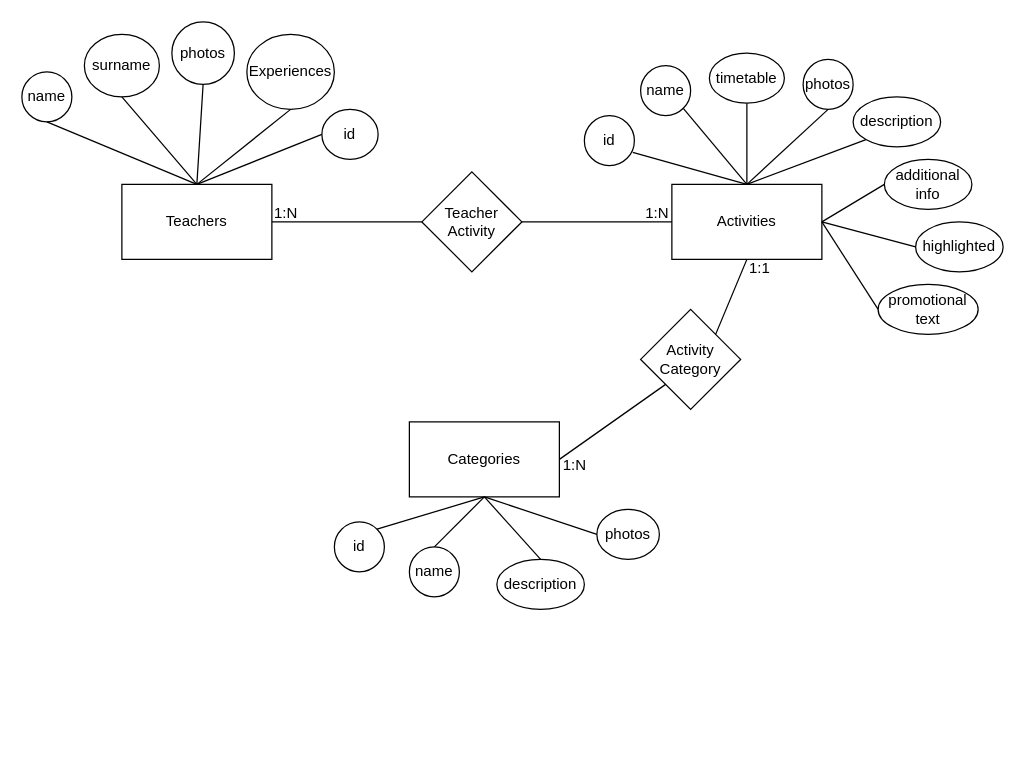
NakatoTeshika/Hypermedia-ERD keeps this draw.io diagram as YogaHouse_ERD.drawio. Above is the earlier version. Source tidied: cells renumbered, new cells numbered last; positions are measured from the earlier drawing's top-left corner, leaving out a move shared by most shapes. Both pictures are drawn from the tidied source at 125%, with x=0, y=0 at pixel (21, 21).
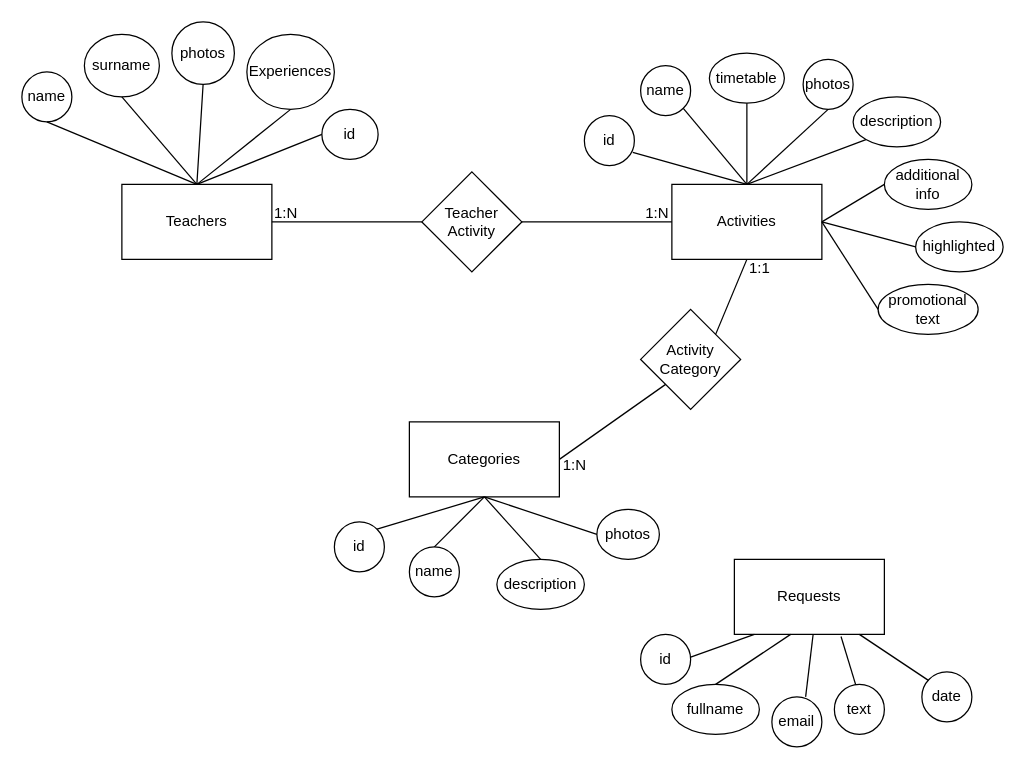
Above is the later version.

The edit, as a diff of the source:
```diff
@@
+    <mxCell id="49" value="Requests" style="rounded=0;whiteSpace=wrap;html=1;" parent="1" vertex="1">
+      <mxGeometry x="570" y="430" width="120" height="60" as="geometry" />
+    </mxCell>
+    <mxCell id="50" style="endArrow=none;html=1;rounded=0;entryX=0.5;entryY=1;entryDx=0;entryDy=0;" parent="1" edge="1">
+      <mxGeometry relative="1" as="geometry">
+        <mxPoint x="530" y="510" as="sourcePoint" />
+        <mxPoint x="586" y="490" as="targetPoint" />
+      </mxGeometry>
+    </mxCell>
+    <mxCell id="51" style="endArrow=none;html=1;rounded=0;entryX=0.5;entryY=1;entryDx=0;entryDy=0;" parent="1" edge="1">
+      <mxGeometry relative="1" as="geometry">
+        <mxPoint x="730" y="530" as="sourcePoint" />
+        <mxPoint x="670" y="490" as="targetPoint" />
+      </mxGeometry>
+    </mxCell>
+    <mxCell id="52" style="endArrow=none;html=1;rounded=0;entryX=0.5;entryY=1;entryDx=0;entryDy=0;exitX=0.5;exitY=0;exitDx=0;exitDy=0;" parent="1" edge="1" source="56">
+      <mxGeometry relative="1" as="geometry">
+        <mxPoint x="615" y="490" as="targetPoint" />
+      </mxGeometry>
+    </mxCell>
+    <mxCell id="53" style="endArrow=none;html=1;rounded=0;entryX=0.5;entryY=1;entryDx=0;entryDy=0;" parent="1" edge="1">
+      <mxGeometry relative="1" as="geometry">
+        <mxPoint x="627" y="540" as="sourcePoint" />
+        <mxPoint x="633" y="490" as="targetPoint" />
+      </mxGeometry>
+    </mxCell>
+    <mxCell id="54" style="endArrow=none;html=1;rounded=0;entryX=0.711;entryY=1.028;entryDx=0;entryDy=0;entryPerimeter=0;" parent="1" edge="1" target="49">
+      <mxGeometry relative="1" as="geometry">
+        <mxPoint x="670" y="540" as="sourcePoint" />
+      </mxGeometry>
+    </mxCell>
+    <mxCell id="55" value="id" style="ellipse;whiteSpace=wrap;html=1;" parent="1" vertex="1">
+      <mxGeometry x="495" y="490" width="40" height="40" as="geometry" />
+    </mxCell>
+    <mxCell id="56" value="fullname" style="ellipse;whiteSpace=wrap;html=1;" parent="1" vertex="1">
+      <mxGeometry x="520" y="530" width="70" height="40" as="geometry" />
+    </mxCell>
+    <mxCell id="57" value="email" style="ellipse;whiteSpace=wrap;html=1;" parent="1" vertex="1">
+      <mxGeometry x="600" y="540" width="40" height="40" as="geometry" />
+    </mxCell>
+    <mxCell id="58" value="text" style="ellipse;whiteSpace=wrap;html=1;" parent="1" vertex="1">
+      <mxGeometry x="650" y="530" width="40" height="40" as="geometry" />
+    </mxCell>
+    <mxCell id="59" value="date" style="ellipse;whiteSpace=wrap;html=1;" parent="1" vertex="1">
+      <mxGeometry x="720" y="520" width="40" height="40" as="geometry" />
+    </mxCell>
```
